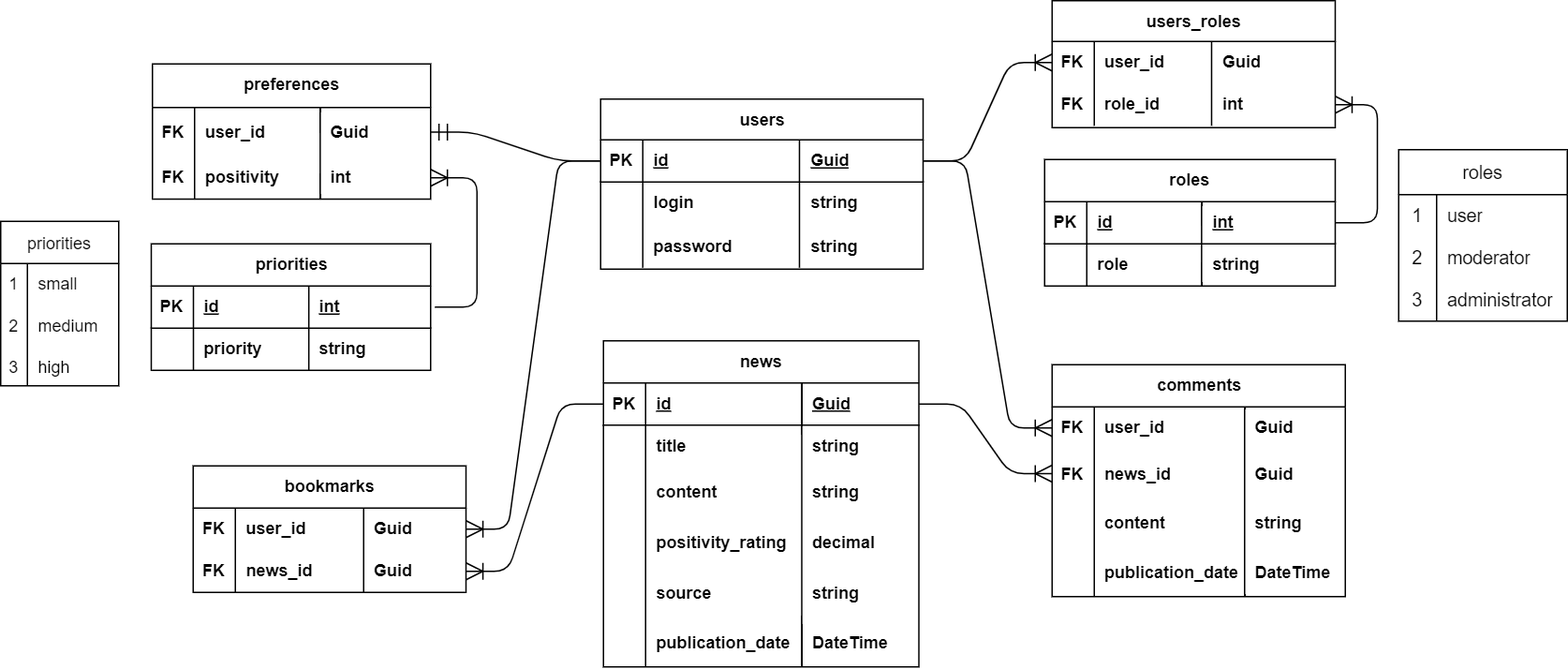
Above: db.drawio.png in MikiW03/NewsWave (draw.io), before the change. Source tidied: cells renumbered, new cells last; positions are measured from the earlier drawing's top-left corner, leaving out a move shared by most shapes.
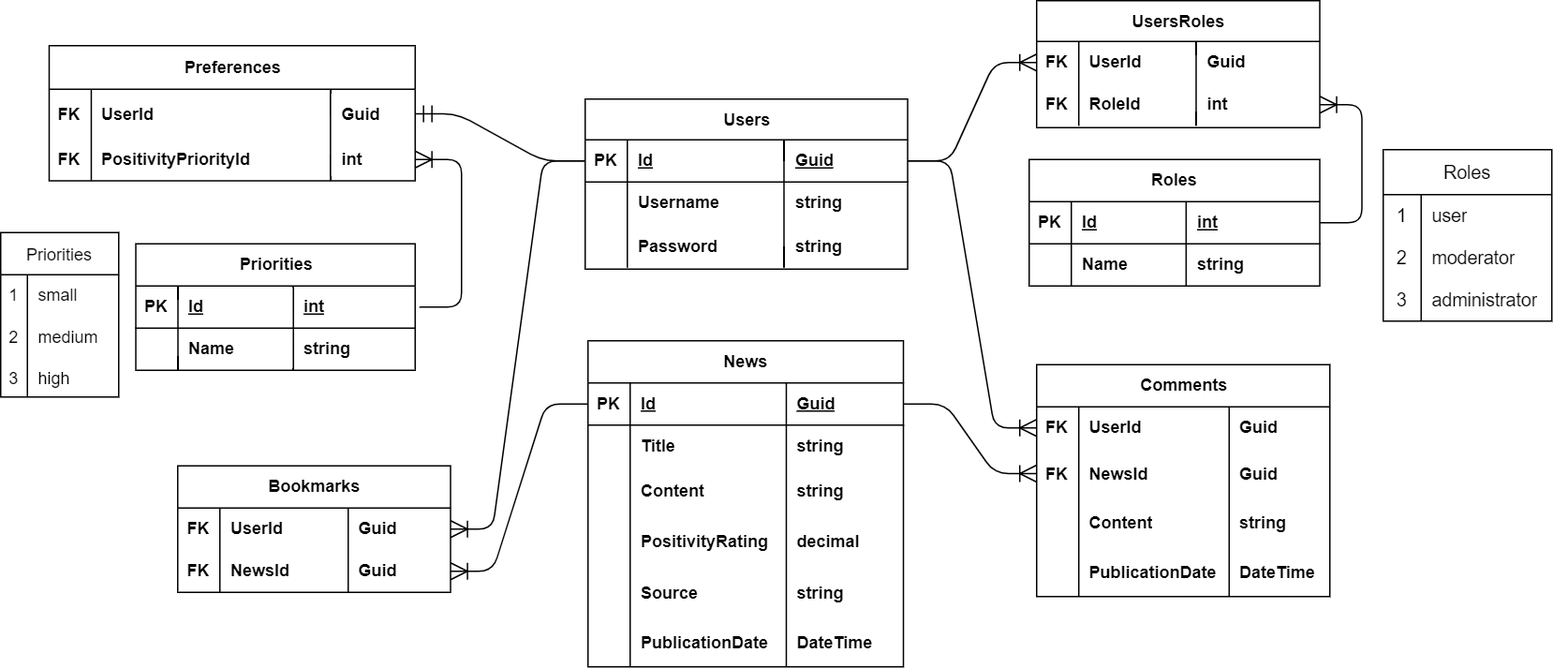
Above is the later version.

Commit message:
Update db schema draft

What changed in the source:
```diff
@@ -4,3 +4,3 @@
     <mxCell id="1" parent="0" />
-    <mxCell id="2" value="users" style="shape=table;startSize=29;rowLines=0;fontStyle=1;align=center;html=1;rounded=0;" parent="1" vertex="1">
+    <mxCell id="2" value="Users" style="shape=table;startSize=29;rowLines=0;fontStyle=1;align=center;html=1;rounded=0;" parent="1" vertex="1">
       <mxGeometry x="427" y="70" width="229.5" height="121.1" as="geometry" />
@@ -13,3 +13,3 @@
     </mxCell>
-    <mxCell id="5" value="id" style="shape=partialRectangle;fillColor=none;top=0;left=0;bottom=0;right=0;align=left;spacingLeft=6;fontStyle=5;overflow=hidden;whiteSpace=wrap;html=1;rounded=0;" parent="3" vertex="1">
+    <mxCell id="5" value="Id" style="shape=partialRectangle;fillColor=none;top=0;left=0;bottom=0;right=0;align=left;spacingLeft=6;fontStyle=5;overflow=hidden;whiteSpace=wrap;html=1;rounded=0;" parent="3" vertex="1">
       <mxGeometry x="30" width="111.5" height="30" as="geometry" />
@@ -25,3 +25,3 @@
     </mxCell>
-    <mxCell id="9" value="&lt;b&gt;login&lt;/b&gt;" style="shape=partialRectangle;fillColor=none;top=0;left=0;bottom=0;right=0;align=left;spacingLeft=6;overflow=hidden;whiteSpace=wrap;html=1;rounded=0;" parent="7" vertex="1">
+    <mxCell id="9" value="&lt;b&gt;Username&lt;/b&gt;" style="shape=partialRectangle;fillColor=none;top=0;left=0;bottom=0;right=0;align=left;spacingLeft=6;overflow=hidden;whiteSpace=wrap;html=1;rounded=0;" parent="7" vertex="1">
       <mxGeometry x="30" width="111.5" height="31" as="geometry" />
@@ -37,3 +37,3 @@
     </mxCell>
-    <mxCell id="13" value="&lt;b&gt;password&lt;/b&gt;" style="shape=partialRectangle;fillColor=none;top=0;left=0;bottom=0;right=0;align=left;spacingLeft=6;overflow=hidden;whiteSpace=wrap;html=1;rounded=0;" parent="11" vertex="1">
+    <mxCell id="13" value="&lt;b&gt;Password&lt;/b&gt;" style="shape=partialRectangle;fillColor=none;top=0;left=0;bottom=0;right=0;align=left;spacingLeft=6;overflow=hidden;whiteSpace=wrap;html=1;rounded=0;" parent="11" vertex="1">
       <mxGeometry x="30" width="111.5" height="30" as="geometry" />
@@ -43,3 +43,3 @@
     </mxCell>
-    <mxCell id="15" value="news" style="shape=table;startSize=30;rowLines=0;fontStyle=1;align=center;html=1;rounded=0;" parent="1" vertex="1">
+    <mxCell id="15" value="News" style="shape=table;startSize=30;rowLines=0;fontStyle=1;align=center;html=1;rounded=0;" parent="1" vertex="1">
       <mxGeometry x="429" y="242" width="224.5" height="232" as="geometry" />
@@ -52,3 +52,3 @@
     </mxCell>
-    <mxCell id="18" value="id" style="shape=partialRectangle;fillColor=none;top=0;left=0;bottom=0;right=0;align=left;spacingLeft=6;fontStyle=5;overflow=hidden;whiteSpace=wrap;html=1;rounded=0;" parent="16" vertex="1">
+    <mxCell id="18" value="Id" style="shape=partialRectangle;fillColor=none;top=0;left=0;bottom=0;right=0;align=left;spacingLeft=6;fontStyle=5;overflow=hidden;whiteSpace=wrap;html=1;rounded=0;" parent="16" vertex="1">
       <mxGeometry x="30" width="111.1" height="30" as="geometry" />
@@ -64,3 +64,3 @@
     </mxCell>
-    <mxCell id="22" value="&lt;b&gt;title&lt;/b&gt;" style="shape=partialRectangle;fillColor=none;top=0;left=0;bottom=0;right=0;align=left;spacingLeft=6;overflow=hidden;whiteSpace=wrap;html=1;rounded=0;" parent="20" vertex="1">
+    <mxCell id="22" value="&lt;b&gt;Title&lt;/b&gt;" style="shape=partialRectangle;fillColor=none;top=0;left=0;bottom=0;right=0;align=left;spacingLeft=6;overflow=hidden;whiteSpace=wrap;html=1;rounded=0;" parent="20" vertex="1">
       <mxGeometry x="30" width="111.1" height="30" as="geometry" />
@@ -76,3 +76,3 @@
     </mxCell>
-    <mxCell id="26" value="&lt;b&gt;content&lt;/b&gt;" style="shape=partialRectangle;fillColor=none;top=0;left=0;bottom=0;right=0;align=left;spacingLeft=6;overflow=hidden;whiteSpace=wrap;html=1;rounded=0;" parent="24" vertex="1">
+    <mxCell id="26" value="&lt;b&gt;Content&lt;/b&gt;" style="shape=partialRectangle;fillColor=none;top=0;left=0;bottom=0;right=0;align=left;spacingLeft=6;overflow=hidden;whiteSpace=wrap;html=1;rounded=0;" parent="24" vertex="1">
       <mxGeometry x="30" width="111.1" height="35" as="geometry" />
@@ -88,3 +88,3 @@
     </mxCell>
-    <mxCell id="30" value="&lt;b&gt;positivity_rating&lt;/b&gt;" style="shape=partialRectangle;fillColor=none;top=0;left=0;bottom=0;right=0;align=left;spacingLeft=6;overflow=hidden;whiteSpace=wrap;html=1;rounded=0;" parent="28" vertex="1">
+    <mxCell id="30" value="&lt;b&gt;PositivityRating&lt;/b&gt;" style="shape=partialRectangle;fillColor=none;top=0;left=0;bottom=0;right=0;align=left;spacingLeft=6;overflow=hidden;whiteSpace=wrap;html=1;rounded=0;" parent="28" vertex="1">
       <mxGeometry x="30" width="111.1" height="37" as="geometry" />
@@ -100,3 +100,3 @@
     </mxCell>
-    <mxCell id="34" value="&lt;b&gt;source&lt;/b&gt;" style="shape=partialRectangle;fillColor=none;top=0;left=0;bottom=0;right=0;align=left;spacingLeft=6;overflow=hidden;whiteSpace=wrap;html=1;rounded=0;" parent="32" vertex="1">
+    <mxCell id="34" value="&lt;b&gt;Source&lt;/b&gt;" style="shape=partialRectangle;fillColor=none;top=0;left=0;bottom=0;right=0;align=left;spacingLeft=6;overflow=hidden;whiteSpace=wrap;html=1;rounded=0;" parent="32" vertex="1">
       <mxGeometry x="30" width="111.1" height="35" as="geometry" />
@@ -112,3 +112,3 @@
     </mxCell>
-    <mxCell id="38" value="&lt;b&gt;publication_date&lt;/b&gt;" style="shape=partialRectangle;fillColor=none;top=0;left=0;bottom=0;right=0;align=left;spacingLeft=6;overflow=hidden;whiteSpace=wrap;html=1;rounded=0;" parent="36" vertex="1">
+    <mxCell id="38" value="&lt;b&gt;PublicationDate&lt;/b&gt;" style="shape=partialRectangle;fillColor=none;top=0;left=0;bottom=0;right=0;align=left;spacingLeft=6;overflow=hidden;whiteSpace=wrap;html=1;rounded=0;" parent="36" vertex="1">
       <mxGeometry x="30" width="111.1" height="35" as="geometry" />
@@ -118,3 +118,3 @@
     </mxCell>
-    <mxCell id="40" value="comments" style="shape=table;startSize=30;rowLines=0;fontStyle=1;align=center;html=1;rounded=0;" parent="1" vertex="1">
+    <mxCell id="40" value="Comments" style="shape=table;startSize=30;rowLines=0;fontStyle=1;align=center;html=1;rounded=0;" parent="1" vertex="1">
       <mxGeometry x="748.3" y="259" width="208.6" height="165" as="geometry" />
@@ -127,3 +127,3 @@
     </mxCell>
-    <mxCell id="43" value="&lt;b&gt;user_id&lt;/b&gt;" style="shape=partialRectangle;fillColor=none;top=0;left=0;bottom=0;right=0;align=left;spacingLeft=6;overflow=hidden;whiteSpace=wrap;html=1;rounded=0;" parent="41" vertex="1">
+    <mxCell id="43" value="&lt;b&gt;UserId&lt;/b&gt;" style="shape=partialRectangle;fillColor=none;top=0;left=0;bottom=0;right=0;align=left;spacingLeft=6;overflow=hidden;whiteSpace=wrap;html=1;rounded=0;" parent="41" vertex="1">
       <mxGeometry x="30" width="107" height="30" as="geometry" />
@@ -139,3 +139,3 @@
     </mxCell>
-    <mxCell id="47" value="&lt;b&gt;news_id&lt;/b&gt;" style="shape=partialRectangle;fillColor=none;top=0;left=0;bottom=0;right=0;align=left;spacingLeft=6;overflow=hidden;whiteSpace=wrap;html=1;rounded=0;" parent="45" vertex="1">
+    <mxCell id="47" value="&lt;b&gt;NewsId&lt;/b&gt;" style="shape=partialRectangle;fillColor=none;top=0;left=0;bottom=0;right=0;align=left;spacingLeft=6;overflow=hidden;whiteSpace=wrap;html=1;rounded=0;" parent="45" vertex="1">
       <mxGeometry x="30" width="107" height="35" as="geometry" />
@@ -151,3 +151,3 @@
     </mxCell>
-    <mxCell id="51" value="&lt;b&gt;content&lt;/b&gt;" style="shape=partialRectangle;fillColor=none;top=0;left=0;bottom=0;right=0;align=left;spacingLeft=6;overflow=hidden;whiteSpace=wrap;html=1;rounded=0;" parent="49" vertex="1">
+    <mxCell id="51" value="&lt;b&gt;Content&lt;/b&gt;" style="shape=partialRectangle;fillColor=none;top=0;left=0;bottom=0;right=0;align=left;spacingLeft=6;overflow=hidden;whiteSpace=wrap;html=1;rounded=0;" parent="49" vertex="1">
       <mxGeometry x="30" width="107" height="35" as="geometry" />
@@ -163,3 +163,3 @@
     </mxCell>
-    <mxCell id="55" value="publication_date" style="shape=partialRectangle;fillColor=none;top=0;left=0;bottom=0;right=0;align=left;spacingLeft=6;overflow=hidden;whiteSpace=wrap;html=1;rounded=0;fontStyle=1;" parent="53" vertex="1">
+    <mxCell id="55" value="PublicationDate" style="shape=partialRectangle;fillColor=none;top=0;left=0;bottom=0;right=0;align=left;spacingLeft=6;overflow=hidden;whiteSpace=wrap;html=1;rounded=0;fontStyle=1;" parent="53" vertex="1">
       <mxGeometry x="30" width="107" height="35" as="geometry" />
@@ -175,3 +175,3 @@
     </mxCell>
-    <mxCell id="59" value="roles" style="shape=table;startSize=30;rowLines=0;fontStyle=1;align=center;html=1;rounded=0;" parent="1" vertex="1">
+    <mxCell id="59" value="Roles" style="shape=table;startSize=30;rowLines=0;fontStyle=1;align=center;html=1;rounded=0;" parent="1" vertex="1">
       <mxGeometry x="743" y="113" width="206.8" height="90" as="geometry" />
@@ -184,3 +184,3 @@
     </mxCell>
-    <mxCell id="62" value="id" style="shape=partialRectangle;fillColor=none;top=0;left=0;bottom=0;right=0;align=left;spacingLeft=6;fontStyle=5;overflow=hidden;whiteSpace=wrap;html=1;rounded=0;" parent="60" vertex="1">
+    <mxCell id="62" value="Id" style="shape=partialRectangle;fillColor=none;top=0;left=0;bottom=0;right=0;align=left;spacingLeft=6;fontStyle=5;overflow=hidden;whiteSpace=wrap;html=1;rounded=0;" parent="60" vertex="1">
       <mxGeometry x="30" width="81.7" height="30" as="geometry" />
@@ -196,3 +196,3 @@
     </mxCell>
-    <mxCell id="66" value="&lt;b&gt;role&lt;/b&gt;" style="shape=partialRectangle;fillColor=none;top=0;left=0;bottom=0;right=0;align=left;spacingLeft=6;overflow=hidden;whiteSpace=wrap;html=1;rounded=0;" parent="64" vertex="1">
+    <mxCell id="66" value="&lt;b&gt;Name&lt;/b&gt;" style="shape=partialRectangle;fillColor=none;top=0;left=0;bottom=0;right=0;align=left;spacingLeft=6;overflow=hidden;whiteSpace=wrap;html=1;rounded=0;" parent="64" vertex="1">
       <mxGeometry x="30" width="81.7" height="30" as="geometry" />
@@ -202,3 +202,3 @@
     </mxCell>
-    <mxCell id="68" value="users_roles" style="shape=table;startSize=29;rowLines=0;fontStyle=1;align=center;html=1;rounded=0;" parent="1" vertex="1">
+    <mxCell id="68" value="UsersRoles" style="shape=table;startSize=29;rowLines=0;fontStyle=1;align=center;html=1;rounded=0;" parent="1" vertex="1">
       <mxGeometry x="748.3" width="201.5" height="90.3" as="geometry" />
@@ -211,3 +211,3 @@
     </mxCell>
-    <mxCell id="71" value="&lt;b&gt;user_id&lt;/b&gt;" style="shape=partialRectangle;fillColor=none;top=0;left=0;bottom=0;right=0;align=left;spacingLeft=6;overflow=hidden;whiteSpace=wrap;html=1;rounded=0;" parent="69" vertex="1">
+    <mxCell id="71" value="&lt;b&gt;UserId&lt;/b&gt;" style="shape=partialRectangle;fillColor=none;top=0;left=0;bottom=0;right=0;align=left;spacingLeft=6;overflow=hidden;whiteSpace=wrap;html=1;rounded=0;" parent="69" vertex="1">
       <mxGeometry x="30" width="83.5" height="30" as="geometry" />
@@ -223,3 +223,3 @@
     </mxCell>
-    <mxCell id="75" value="&lt;b&gt;role_id&lt;/b&gt;" style="shape=partialRectangle;fillColor=none;top=0;left=0;bottom=0;right=0;align=left;spacingLeft=6;overflow=hidden;whiteSpace=wrap;html=1;rounded=0;" parent="73" vertex="1">
+    <mxCell id="75" value="&lt;b&gt;RoleId&lt;/b&gt;" style="shape=partialRectangle;fillColor=none;top=0;left=0;bottom=0;right=0;align=left;spacingLeft=6;overflow=hidden;whiteSpace=wrap;html=1;rounded=0;" parent="73" vertex="1">
       <mxGeometry x="30" width="83.5" height="30" as="geometry" />
@@ -236,3 +236,3 @@
     </mxCell>
-    <mxCell id="78" value="bookmarks" style="shape=table;startSize=30;rowLines=0;fontStyle=1;align=center;html=1;rounded=0;" parent="1" vertex="1">
+    <mxCell id="78" value="Bookmarks" style="shape=table;startSize=30;rowLines=0;fontStyle=1;align=center;html=1;rounded=0;" parent="1" vertex="1">
       <mxGeometry x="137" y="331" width="194.2" height="90" as="geometry" />
@@ -245,3 +245,3 @@
     </mxCell>
-    <mxCell id="81" value="&lt;span&gt;user_id&lt;/span&gt;" style="shape=partialRectangle;fillColor=none;top=0;left=0;bottom=0;right=0;align=left;spacingLeft=6;overflow=hidden;whiteSpace=wrap;html=1;rounded=0;fontStyle=1;" parent="79" vertex="1">
+    <mxCell id="81" value="&lt;span&gt;UserId&lt;/span&gt;" style="shape=partialRectangle;fillColor=none;top=0;left=0;bottom=0;right=0;align=left;spacingLeft=6;overflow=hidden;whiteSpace=wrap;html=1;rounded=0;fontStyle=1;" parent="79" vertex="1">
       <mxGeometry x="30" width="91.3" height="30" as="geometry" />
@@ -257,3 +257,3 @@
     </mxCell>
-    <mxCell id="85" value="&lt;span&gt;news_id&lt;/span&gt;" style="shape=partialRectangle;fillColor=none;top=0;left=0;bottom=0;right=0;align=left;spacingLeft=6;overflow=hidden;whiteSpace=wrap;html=1;rounded=0;fontStyle=1;" parent="83" vertex="1">
+    <mxCell id="85" value="&lt;span&gt;NewsId&lt;/span&gt;" style="shape=partialRectangle;fillColor=none;top=0;left=0;bottom=0;right=0;align=left;spacingLeft=6;overflow=hidden;whiteSpace=wrap;html=1;rounded=0;fontStyle=1;" parent="83" vertex="1">
       <mxGeometry x="30" width="91.3" height="30" as="geometry" />
@@ -283,7 +283,7 @@
     </mxCell>
-    <mxCell id="91" value="preferences" style="shape=table;startSize=31;rowLines=0;fontStyle=1;align=center;html=1;rounded=0;" parent="1" vertex="1">
-      <mxGeometry x="108" y="45" width="197.9" height="96.2" as="geometry" />
+    <mxCell id="91" value="Preferences" style="shape=table;startSize=31;rowLines=0;fontStyle=1;align=center;html=1;rounded=0;" parent="1" vertex="1">
+      <mxGeometry x="45.5" y="32" width="260.5" height="96.2" as="geometry" />
     </mxCell>
     <mxCell id="92" style="shape=tableRow;horizontal=0;startSize=0;swimlaneHead=0;swimlaneBody=0;fillColor=none;points=[[0,0.5],[1,0.5]];portConstraint=eastwest;top=0;left=0;right=0;bottom=0;rounded=0;" parent="91" vertex="1">
-      <mxGeometry y="31" width="197.9" height="35" as="geometry" />
+      <mxGeometry y="31" width="260.5" height="35" as="geometry" />
     </mxCell>
@@ -292,10 +292,10 @@
     </mxCell>
-    <mxCell id="94" value="&lt;b&gt;user_id&lt;/b&gt;" style="shape=partialRectangle;fillColor=none;top=0;left=0;bottom=0;right=0;align=left;spacingLeft=6;overflow=hidden;whiteSpace=wrap;html=1;rounded=0;" parent="92" vertex="1">
-      <mxGeometry x="30" width="89.4" height="35" as="geometry" />
+    <mxCell id="94" value="&lt;b&gt;UserId&lt;/b&gt;" style="shape=partialRectangle;fillColor=none;top=0;left=0;bottom=0;right=0;align=left;spacingLeft=6;overflow=hidden;whiteSpace=wrap;html=1;rounded=0;" parent="92" vertex="1">
+      <mxGeometry x="30" width="170.2" height="35" as="geometry" />
     </mxCell>
     <mxCell id="95" value="&lt;b&gt;Guid&lt;/b&gt;" style="shape=partialRectangle;fillColor=none;top=0;left=0;bottom=0;right=0;align=left;spacingLeft=6;overflow=hidden;whiteSpace=wrap;html=1;rounded=0;strokeWidth=0;" parent="92" vertex="1">
-      <mxGeometry x="119.4" width="78.6" height="35" as="geometry" />
+      <mxGeometry x="200.2" width="60.2" height="35" as="geometry" />
     </mxCell>
     <mxCell id="96" style="shape=tableRow;horizontal=0;startSize=0;swimlaneHead=0;swimlaneBody=0;fillColor=none;points=[[0,0.5],[1,0.5]];portConstraint=eastwest;top=0;left=0;right=0;bottom=0;rounded=0;" parent="91" vertex="1">
-      <mxGeometry y="66" width="197.9" height="30" as="geometry" />
+      <mxGeometry y="66" width="260.5" height="30" as="geometry" />
     </mxCell>
@@ -304,9 +304,9 @@
     </mxCell>
-    <mxCell id="98" value="&lt;b&gt;positivity&lt;/b&gt;" style="shape=partialRectangle;fillColor=none;top=0;left=0;bottom=0;right=0;align=left;spacingLeft=6;overflow=hidden;whiteSpace=wrap;html=1;rounded=0;" parent="96" vertex="1">
-      <mxGeometry x="30" width="89.4" height="30" as="geometry" />
+    <mxCell id="98" value="&lt;b&gt;PositivityPriorityId&lt;/b&gt;" style="shape=partialRectangle;fillColor=none;top=0;left=0;bottom=0;right=0;align=left;spacingLeft=6;overflow=hidden;whiteSpace=wrap;html=1;rounded=0;" parent="96" vertex="1">
+      <mxGeometry x="30" width="170.2" height="30" as="geometry" />
     </mxCell>
     <mxCell id="99" value="&lt;b&gt;int&lt;/b&gt;" style="shape=partialRectangle;fillColor=none;top=0;left=0;bottom=0;right=0;align=left;spacingLeft=6;overflow=hidden;whiteSpace=wrap;html=1;rounded=0;" parent="96" vertex="1">
-      <mxGeometry x="119.4" width="78.6" height="30" as="geometry" />
+      <mxGeometry x="200.2" width="60.2" height="30" as="geometry" />
     </mxCell>
-    <mxCell id="100" value="priorities" style="shape=table;startSize=30;rowLines=0;fontStyle=1;align=center;html=1;rounded=0;" parent="1" vertex="1">
+    <mxCell id="100" value="Priorities" style="shape=table;startSize=30;rowLines=0;fontStyle=1;align=center;html=1;rounded=0;" parent="1" vertex="1">
       <mxGeometry x="107.2" y="173" width="198.8" height="90" as="geometry" />
@@ -319,3 +319,3 @@
     </mxCell>
-    <mxCell id="103" value="id" style="shape=partialRectangle;fillColor=none;top=0;left=0;bottom=0;right=0;align=left;spacingLeft=6;fontStyle=5;overflow=hidden;whiteSpace=wrap;html=1;rounded=0;" parent="101" vertex="1">
+    <mxCell id="103" value="Id" style="shape=partialRectangle;fillColor=none;top=0;left=0;bottom=0;right=0;align=left;spacingLeft=6;fontStyle=5;overflow=hidden;whiteSpace=wrap;html=1;rounded=0;" parent="101" vertex="1">
       <mxGeometry x="30" width="82.1" height="30" as="geometry" />
@@ -331,3 +331,3 @@
     </mxCell>
-    <mxCell id="107" value="&lt;b&gt;priority&lt;/b&gt;" style="shape=partialRectangle;fillColor=none;top=0;left=0;bottom=0;right=0;align=left;spacingLeft=6;overflow=hidden;whiteSpace=wrap;html=1;rounded=0;" parent="105" vertex="1">
+    <mxCell id="107" value="&lt;b&gt;Name&lt;/b&gt;" style="shape=partialRectangle;fillColor=none;top=0;left=0;bottom=0;right=0;align=left;spacingLeft=6;overflow=hidden;whiteSpace=wrap;html=1;rounded=0;" parent="105" vertex="1">
       <mxGeometry x="30" width="82.1" height="30" as="geometry" />
@@ -342,4 +342,4 @@
     </mxCell>
-    <mxCell id="110" value="priorities" style="shape=table;startSize=30;rowLines=0;fontStyle=0;strokeColor=default;fontSize=12;" parent="1" vertex="1">
-      <mxGeometry y="157" width="84" height="117" as="geometry" />
+    <mxCell id="110" value="Priorities" style="shape=table;startSize=30;rowLines=0;fontStyle=0;strokeColor=default;fontSize=12;" parent="1" vertex="1">
+      <mxGeometry x="11" y="165" width="84" height="117" as="geometry" />
     </mxCell>
@@ -372,3 +372,3 @@
     </mxCell>
-    <mxCell id="120" value="roles" style="shape=table;startSize=32;rowLines=0;fontStyle=0;strokeColor=default;fontSize=13;" parent="1" vertex="1">
+    <mxCell id="120" value="Roles" style="shape=table;startSize=32;rowLines=0;fontStyle=0;strokeColor=default;fontSize=13;" parent="1" vertex="1">
       <mxGeometry x="995" y="106" width="120" height="122" as="geometry" />
```
